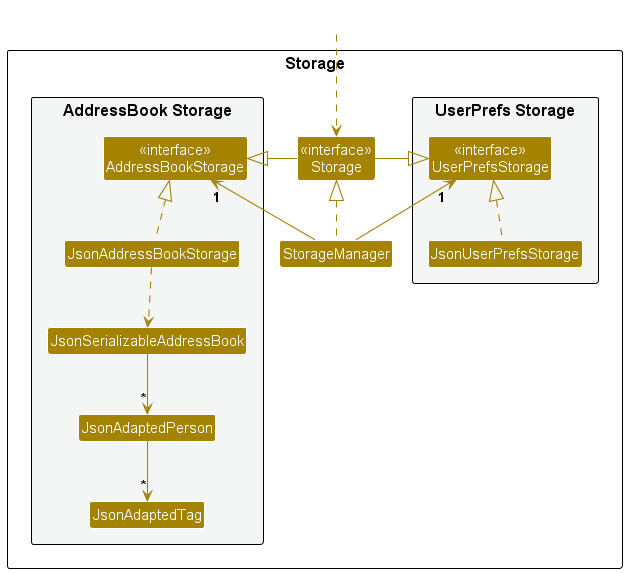
Above: docs/images/StorageClassDiagram.png in nus-cs2103-AY2425S1/tp (PlantUML), before the change.
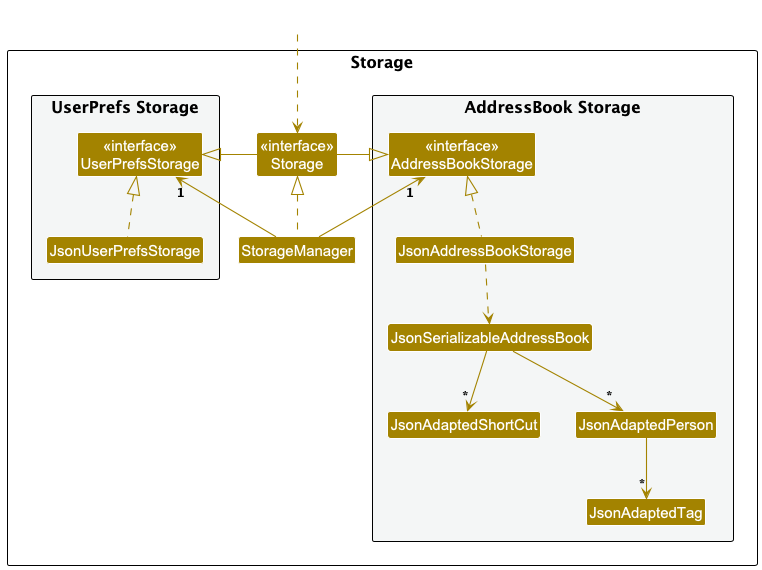
Above is the later version.

Diff of the diagram source:
```diff
@@ -18,6 +18,7 @@
 Class "<<interface>>\nAddressBookStorage" as AddressBookStorage
 Class JsonAddressBookStorage
 Class JsonSerializableAddressBook
+Class JsonAdaptedShortCut
 Class JsonAdaptedPerson
 Class JsonAdaptedTag
 }
@@ -37,7 +38,7 @@
 JsonUserPrefsStorage .up.|> UserPrefsStorage
 JsonAddressBookStorage .up.|> AddressBookStorage
 JsonAddressBookStorage ..> JsonSerializableAddressBook
+JsonSerializableAddressBook --> "*" JsonAdaptedShortCut
 JsonSerializableAddressBook --> "*" JsonAdaptedPerson
 JsonAdaptedPerson --> "*" JsonAdaptedTag
-
 @enduml
```
